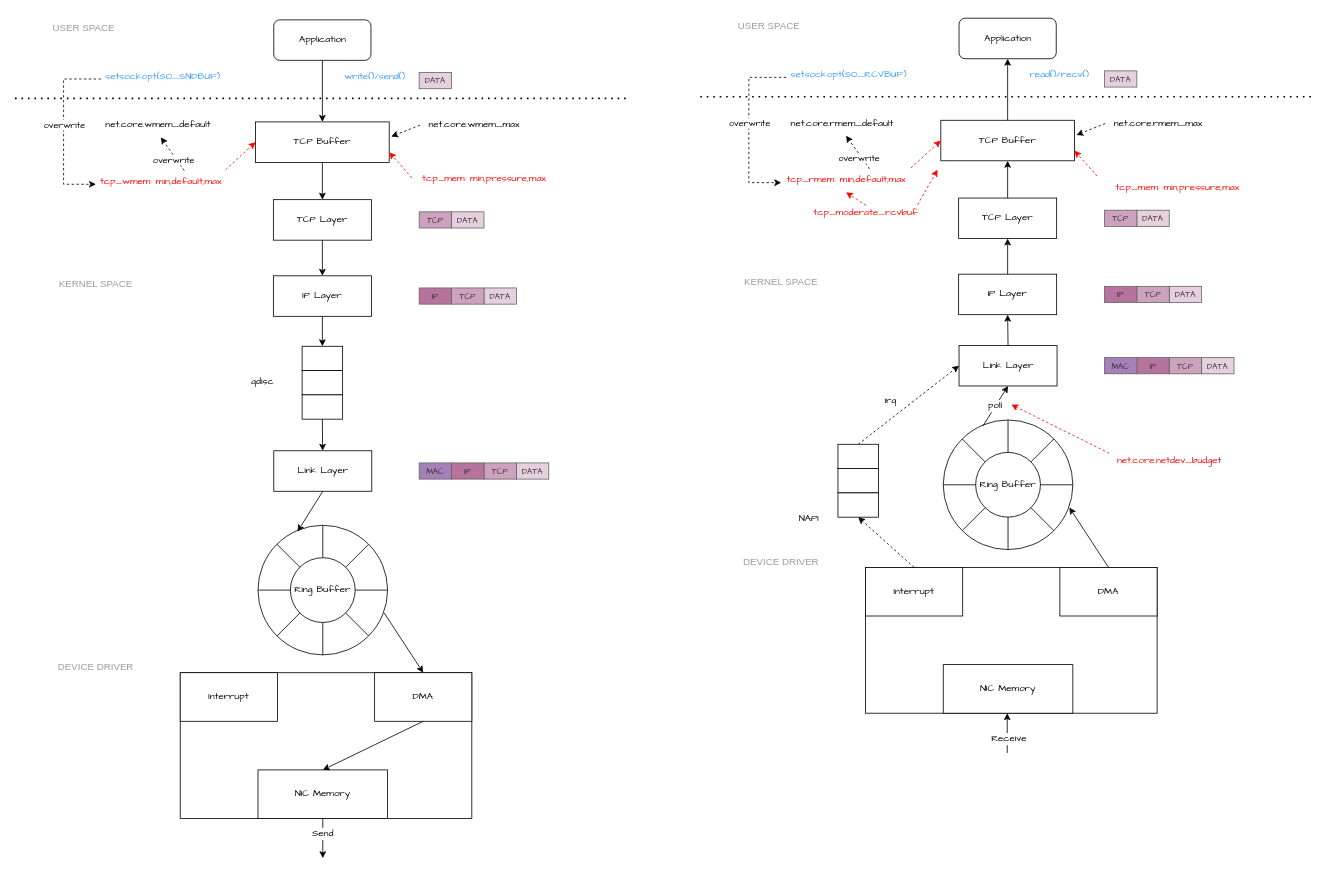
Above: tcp/tcp_send_recv_process.drawio in ShenChen1/how-to-reload-malloc-free (draw.io), before the change. Source tidied: cells renumbered, new cells numbered last; positions are measured from the earlier drawing's top-left corner, leaving out a move shared by most shapes. Both pictures are drawn from the tidied source at 81%, with x=0, y=0 at pixel (15, 14).
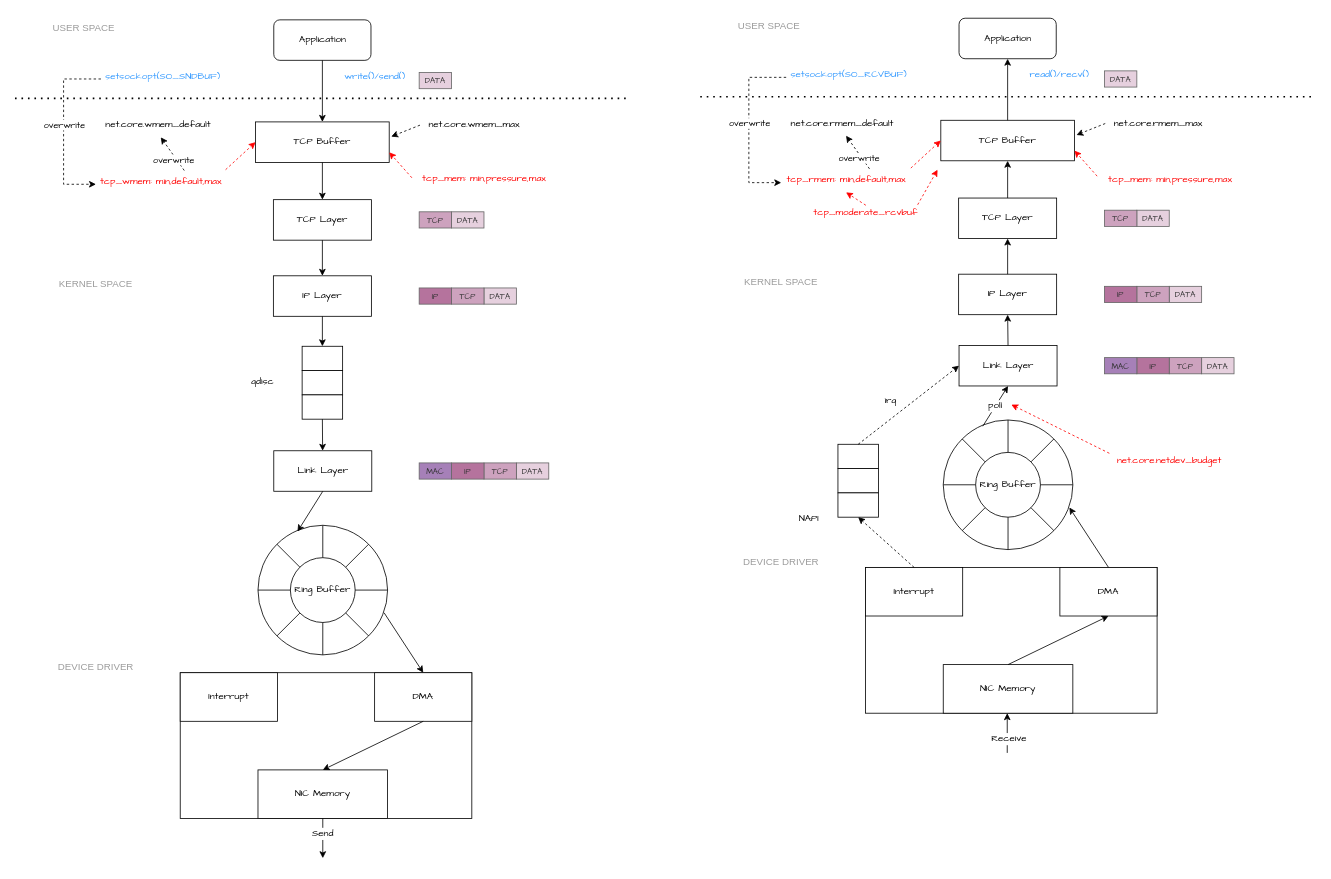
After the change.

Unchanged cells that the change refers to:
```xml
<mxCell id="68" value="DMA" style="rounded=0;whiteSpace=wrap;html=1;fontFamily=Comic Sans MS;" parent="1" vertex="1">
  <mxGeometry x="1290" y="683" width="120" height="60" as="geometry" />
</mxCell>
<mxCell id="69" value="NIC Memory" style="rounded=0;whiteSpace=wrap;html=1;fontFamily=Comic Sans MS;" parent="1" vertex="1">
  <mxGeometry x="1146" y="803" width="160" height="60" as="geometry" />
</mxCell>
```

The edit, as a diff of the source:
```diff
@@
     <mxCell id="125" value="&lt;div&gt;tcp_mem: min,pressure,max&lt;/div&gt;" style="text;html=1;strokeColor=none;fillColor=none;align=center;verticalAlign=middle;rounded=0;fontFamily=Comic Sans MS;fontColor=#FF0000;" parent="1" vertex="1">
-      <mxGeometry x="1355" y="204.5" width="160" height="21" as="geometry" />
+      <mxGeometry x="1346" y="194.5" width="160" height="21" as="geometry" />
     </mxCell>
@@
+    <mxCell id="128" style="endArrow=classic;html=1;rounded=0;exitX=0.5;exitY=0;exitDx=0;exitDy=0;fontFamily=Comic Sans MS;entryX=0.5;entryY=1;entryDx=0;entryDy=0;" parent="1" edge="1" source="69" target="68">
+      <mxGeometry relative="1" as="geometry" />
+    </mxCell>
```
